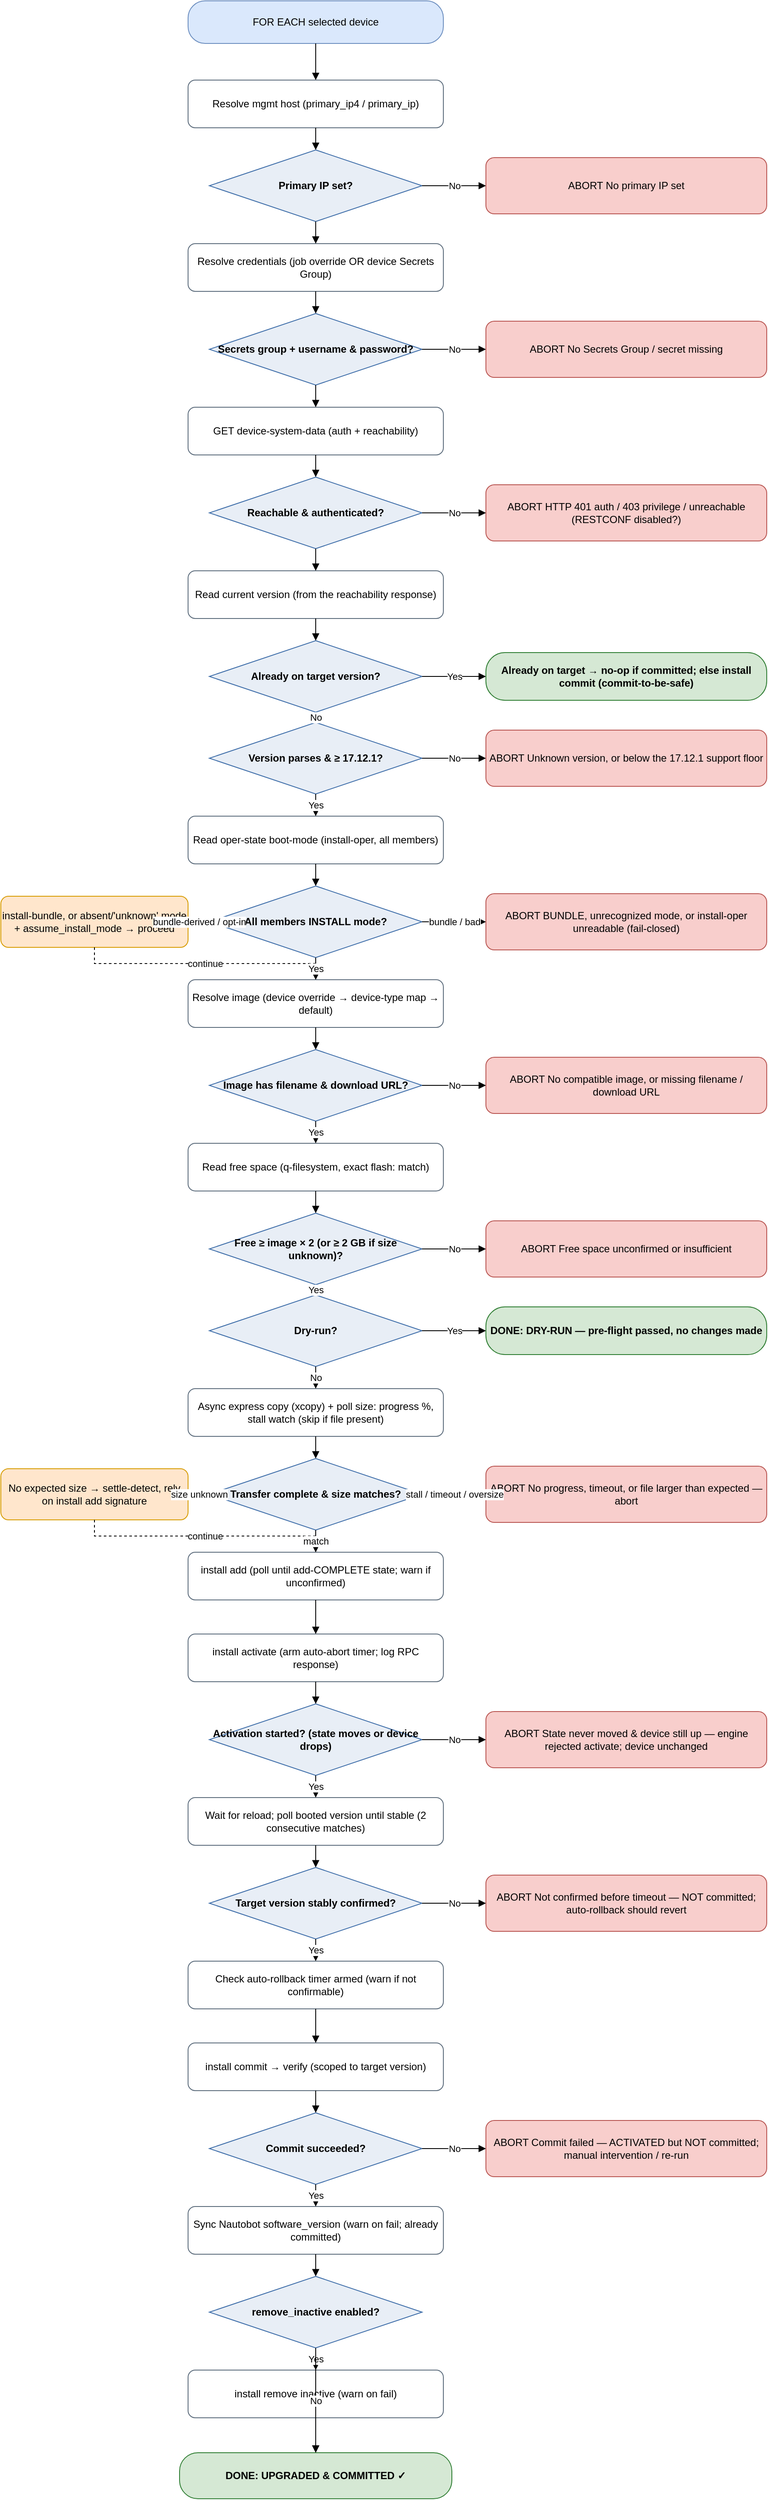
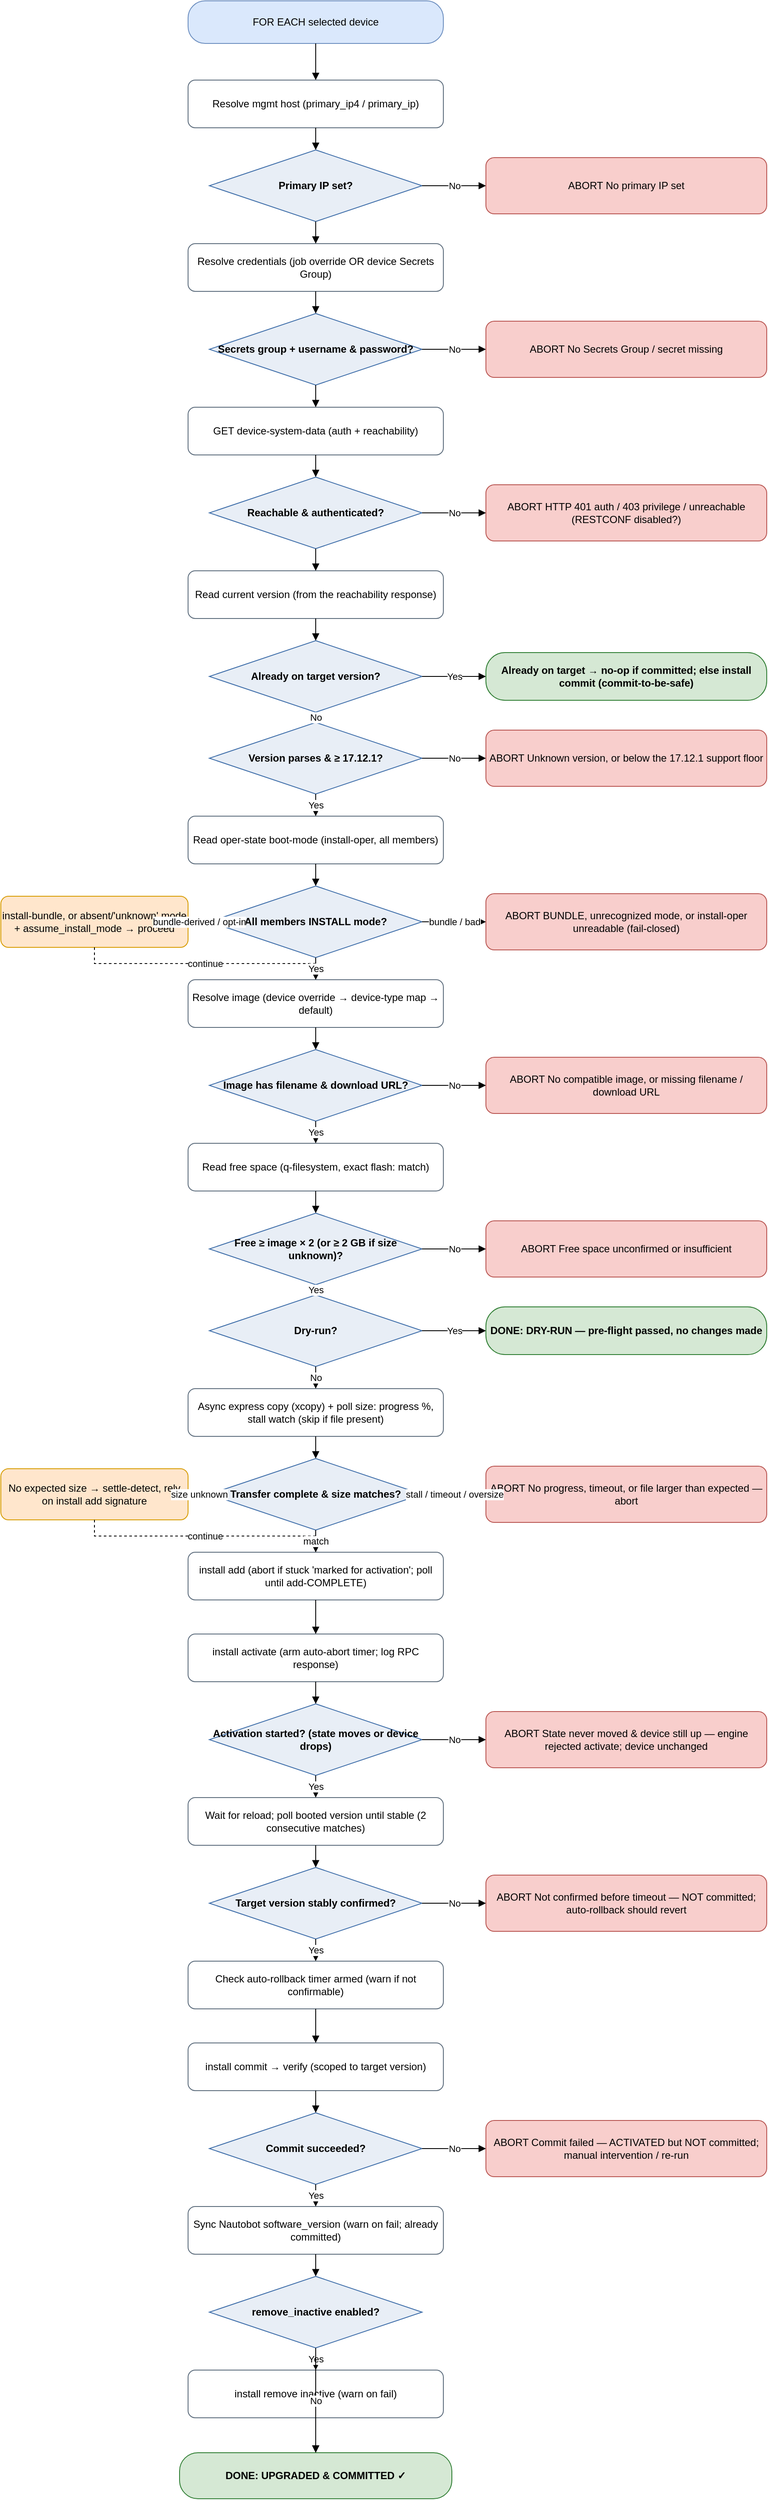
<mxfile host="app.diagrams.net" type="device">
  <diagram name="IOS-XE upgrade flow" id="iosxe-upgrade-flow">
    <mxGraphModel dx="1000" dy="2000" grid="1" gridSize="10" guides="1" tooltips="1"
        connect="1" arrows="1" fold="1" page="1" pageScale="1" math="0" shadow="0">
      <root>
        <mxCell id="0"/>
        <mxCell id="1" parent="0"/>
        <mxCell id="start" value="FOR EACH selected device" style="rounded=1;arcSize=40;whiteSpace=wrap;html=1;fillColor=#DAE8FC;strokeColor=#6C8EBF;" vertex="1" parent="1"><mxGeometry x="250" y="31" width="300" height="50" as="geometry"/></mxCell>
        <mxCell id="host" value="Resolve mgmt host&amp;#10;(primary_ip4 / primary_ip)" style="rounded=1;whiteSpace=wrap;html=1;fillColor=#FFFFFF;strokeColor=#5B6B7B;" vertex="1" parent="1"><mxGeometry x="250" y="124" width="300" height="56" as="geometry"/></mxCell>
        <mxCell id="d_ip" value="Primary IP set?" style="rhombus;whiteSpace=wrap;html=1;fillColor=#E8EEF6;strokeColor=#3C6CA8;fontStyle=1;" vertex="1" parent="1"><mxGeometry x="275" y="206" width="250" height="84" as="geometry"/></mxCell>
        <mxCell id="cred" value="Resolve credentials&amp;#10;(job override OR device Secrets Group)" style="rounded=1;whiteSpace=wrap;html=1;fillColor=#FFFFFF;strokeColor=#5B6B7B;" vertex="1" parent="1"><mxGeometry x="250" y="316" width="300" height="56" as="geometry"/></mxCell>
        <mxCell id="d_cred" value="Secrets group +&amp;#10;username &amp; password?" style="rhombus;whiteSpace=wrap;html=1;fillColor=#E8EEF6;strokeColor=#3C6CA8;fontStyle=1;" vertex="1" parent="1"><mxGeometry x="275" y="398" width="250" height="84" as="geometry"/></mxCell>
        <mxCell id="reach" value="GET device-system-data&amp;#10;(auth + reachability)" style="rounded=1;whiteSpace=wrap;html=1;fillColor=#FFFFFF;strokeColor=#5B6B7B;" vertex="1" parent="1"><mxGeometry x="250" y="508" width="300" height="56" as="geometry"/></mxCell>
        <mxCell id="d_reach" value="Reachable &amp;&amp;#10;authenticated?" style="rhombus;whiteSpace=wrap;html=1;fillColor=#E8EEF6;strokeColor=#3C6CA8;fontStyle=1;" vertex="1" parent="1"><mxGeometry x="275" y="590" width="250" height="84" as="geometry"/></mxCell>
        <mxCell id="curr" value="Read current version&amp;#10;(from the reachability response)" style="rounded=1;whiteSpace=wrap;html=1;fillColor=#FFFFFF;strokeColor=#5B6B7B;" vertex="1" parent="1"><mxGeometry x="250" y="700" width="300" height="56" as="geometry"/></mxCell>
        <mxCell id="d_target" value="Already on&amp;#10;target version?" style="rhombus;whiteSpace=wrap;html=1;fillColor=#E8EEF6;strokeColor=#3C6CA8;fontStyle=1;" vertex="1" parent="1"><mxGeometry x="275" y="782" width="250" height="84" as="geometry"/></mxCell>
        <mxCell id="d_floor" value="Version parses&amp;#10;&amp; ≥ 17.12.1?" style="rhombus;whiteSpace=wrap;html=1;fillColor=#E8EEF6;strokeColor=#3C6CA8;fontStyle=1;" vertex="1" parent="1"><mxGeometry x="275" y="878" width="250" height="84" as="geometry"/></mxCell>
        <mxCell id="mode" value="Read oper-state boot-mode&amp;#10;(install-oper, all members)" style="rounded=1;whiteSpace=wrap;html=1;fillColor=#FFFFFF;strokeColor=#5B6B7B;" vertex="1" parent="1"><mxGeometry x="250" y="988" width="300" height="56" as="geometry"/></mxCell>
        <mxCell id="d_mode" value="All members&amp;#10;INSTALL mode?" style="rhombus;whiteSpace=wrap;html=1;fillColor=#E8EEF6;strokeColor=#3C6CA8;fontStyle=1;" vertex="1" parent="1"><mxGeometry x="275" y="1070" width="250" height="84" as="geometry"/></mxCell>
        <mxCell id="img" value="Resolve image (device override →&amp;#10;device-type map → default)" style="rounded=1;whiteSpace=wrap;html=1;fillColor=#FFFFFF;strokeColor=#5B6B7B;" vertex="1" parent="1"><mxGeometry x="250" y="1180" width="300" height="56" as="geometry"/></mxCell>
        <mxCell id="d_img" value="Image has filename&amp;#10;&amp; download URL?" style="rhombus;whiteSpace=wrap;html=1;fillColor=#E8EEF6;strokeColor=#3C6CA8;fontStyle=1;" vertex="1" parent="1"><mxGeometry x="275" y="1262" width="250" height="84" as="geometry"/></mxCell>
        <mxCell id="space" value="Read free space&amp;#10;(q-filesystem, exact flash: match)" style="rounded=1;whiteSpace=wrap;html=1;fillColor=#FFFFFF;strokeColor=#5B6B7B;" vertex="1" parent="1"><mxGeometry x="250" y="1372" width="300" height="56" as="geometry"/></mxCell>
        <mxCell id="d_space" value="Free ≥ image × 2&amp;#10;(or ≥ 2 GB if size unknown)?" style="rhombus;whiteSpace=wrap;html=1;fillColor=#E8EEF6;strokeColor=#3C6CA8;fontStyle=1;" vertex="1" parent="1"><mxGeometry x="275" y="1454" width="250" height="84" as="geometry"/></mxCell>
        <mxCell id="d_dry" value="Dry-run?" style="rhombus;whiteSpace=wrap;html=1;fillColor=#E8EEF6;strokeColor=#3C6CA8;fontStyle=1;" vertex="1" parent="1"><mxGeometry x="275" y="1550" width="250" height="84" as="geometry"/></mxCell>
        <mxCell id="copy" value="Async express copy (xcopy) + poll size:&amp;#10;progress %, stall watch (skip if file present)" style="rounded=1;whiteSpace=wrap;html=1;fillColor=#FFFFFF;strokeColor=#5B6B7B;" vertex="1" parent="1"><mxGeometry x="250" y="1660" width="300" height="56" as="geometry"/></mxCell>
        <mxCell id="d_size" value="Transfer complete&amp;#10;&amp; size matches?" style="rhombus;whiteSpace=wrap;html=1;fillColor=#E8EEF6;strokeColor=#3C6CA8;fontStyle=1;" vertex="1" parent="1"><mxGeometry x="275" y="1742" width="250" height="84" as="geometry"/></mxCell>
-         <mxCell id="add" value="install add (poll until add-COMPLETE&amp;#10;state; warn if unconfirmed)" style="rounded=1;whiteSpace=wrap;html=1;fillColor=#FFFFFF;strokeColor=#5B6B7B;" vertex="1" parent="1"><mxGeometry x="250" y="1852" width="300" height="56" as="geometry"/></mxCell>
+         <mxCell id="add" value="install add (abort if stuck &#x27;marked for&amp;#10;activation&#x27;; poll until add-COMPLETE)" style="rounded=1;whiteSpace=wrap;html=1;fillColor=#FFFFFF;strokeColor=#5B6B7B;" vertex="1" parent="1"><mxGeometry x="250" y="1852" width="300" height="56" as="geometry"/></mxCell>
        <mxCell id="act" value="install activate (arm auto-abort&amp;#10;timer; log RPC response)" style="rounded=1;whiteSpace=wrap;html=1;fillColor=#FFFFFF;strokeColor=#5B6B7B;" vertex="1" parent="1"><mxGeometry x="250" y="1948" width="300" height="56" as="geometry"/></mxCell>
        <mxCell id="d_act" value="Activation started?&amp;#10;(state moves or device drops)" style="rhombus;whiteSpace=wrap;html=1;fillColor=#E8EEF6;strokeColor=#3C6CA8;fontStyle=1;" vertex="1" parent="1"><mxGeometry x="275" y="2030" width="250" height="84" as="geometry"/></mxCell>
        <mxCell id="waitc" value="Wait for reload; poll booted version&amp;#10;until stable (2 consecutive matches)" style="rounded=1;whiteSpace=wrap;html=1;fillColor=#FFFFFF;strokeColor=#5B6B7B;" vertex="1" parent="1"><mxGeometry x="250" y="2140" width="300" height="56" as="geometry"/></mxCell>
        <mxCell id="d_confirm" value="Target version&amp;#10;stably confirmed?" style="rhombus;whiteSpace=wrap;html=1;fillColor=#E8EEF6;strokeColor=#3C6CA8;fontStyle=1;" vertex="1" parent="1"><mxGeometry x="275" y="2222" width="250" height="84" as="geometry"/></mxCell>
        <mxCell id="rollbackchk" value="Check auto-rollback timer armed&amp;#10;(warn if not confirmable)" style="rounded=1;whiteSpace=wrap;html=1;fillColor=#FFFFFF;strokeColor=#5B6B7B;" vertex="1" parent="1"><mxGeometry x="250" y="2332" width="300" height="56" as="geometry"/></mxCell>
        <mxCell id="commit" value="install commit → verify&amp;#10;(scoped to target version)" style="rounded=1;whiteSpace=wrap;html=1;fillColor=#FFFFFF;strokeColor=#5B6B7B;" vertex="1" parent="1"><mxGeometry x="250" y="2428" width="300" height="56" as="geometry"/></mxCell>
        <mxCell id="d_commit" value="Commit&amp;#10;succeeded?" style="rhombus;whiteSpace=wrap;html=1;fillColor=#E8EEF6;strokeColor=#3C6CA8;fontStyle=1;" vertex="1" parent="1"><mxGeometry x="275" y="2510" width="250" height="84" as="geometry"/></mxCell>
        <mxCell id="sync" value="Sync Nautobot software_version&amp;#10;(warn on fail; already committed)" style="rounded=1;whiteSpace=wrap;html=1;fillColor=#FFFFFF;strokeColor=#5B6B7B;" vertex="1" parent="1"><mxGeometry x="250" y="2620" width="300" height="56" as="geometry"/></mxCell>
        <mxCell id="d_remove" value="remove_inactive&amp;#10;enabled?" style="rhombus;whiteSpace=wrap;html=1;fillColor=#E8EEF6;strokeColor=#3C6CA8;fontStyle=1;" vertex="1" parent="1"><mxGeometry x="275" y="2702" width="250" height="84" as="geometry"/></mxCell>
        <mxCell id="remove" value="install remove inactive&amp;#10;(warn on fail)" style="rounded=1;whiteSpace=wrap;html=1;fillColor=#FFFFFF;strokeColor=#5B6B7B;" vertex="1" parent="1"><mxGeometry x="250" y="2812" width="300" height="56" as="geometry"/></mxCell>
        <mxCell id="ok" value="DONE: UPGRADED &amp; COMMITTED ✓" style="rounded=1;arcSize=40;whiteSpace=wrap;html=1;fillColor=#D5E8D4;strokeColor=#2E7D32;fontStyle=1;" vertex="1" parent="1"><mxGeometry x="240" y="2909" width="320" height="54" as="geometry"/></mxCell>
        <mxCell id="d_ip_abort" value="ABORT&amp;#10;No primary IP set" style="rounded=1;whiteSpace=wrap;html=1;fillColor=#F8CECC;strokeColor=#B85450;" vertex="1" parent="1"><mxGeometry x="600" y="215" width="330" height="66" as="geometry"/></mxCell>
        <mxCell id="d_cred_abort" value="ABORT&amp;#10;No Secrets Group / secret missing" style="rounded=1;whiteSpace=wrap;html=1;fillColor=#F8CECC;strokeColor=#B85450;" vertex="1" parent="1"><mxGeometry x="600" y="407" width="330" height="66" as="geometry"/></mxCell>
        <mxCell id="d_reach_abort" value="ABORT&amp;#10;HTTP 401 auth / 403 privilege /&amp;#10;unreachable (RESTCONF disabled?)" style="rounded=1;whiteSpace=wrap;html=1;fillColor=#F8CECC;strokeColor=#B85450;" vertex="1" parent="1"><mxGeometry x="600" y="599" width="330" height="66" as="geometry"/></mxCell>
        <mxCell id="d_target_ok" value="Already on target → no-op if committed;&amp;#10;else install commit (commit-to-be-safe)" style="rounded=1;arcSize=40;whiteSpace=wrap;html=1;fillColor=#D5E8D4;strokeColor=#2E7D32;fontStyle=1;" vertex="1" parent="1"><mxGeometry x="600" y="796" width="330" height="56" as="geometry"/></mxCell>
        <mxCell id="d_floor_abort" value="ABORT&amp;#10;Unknown version, or below the&amp;#10;17.12.1 support floor" style="rounded=1;whiteSpace=wrap;html=1;fillColor=#F8CECC;strokeColor=#B85450;" vertex="1" parent="1"><mxGeometry x="600" y="887" width="330" height="66" as="geometry"/></mxCell>
        <mxCell id="d_mode_abort" value="ABORT&amp;#10;BUNDLE, unrecognized mode, or&amp;#10;install-oper unreadable (fail-closed)" style="rounded=1;whiteSpace=wrap;html=1;fillColor=#F8CECC;strokeColor=#B85450;" vertex="1" parent="1"><mxGeometry x="600" y="1079" width="330" height="66" as="geometry"/></mxCell>
        <mxCell id="d_mode_warn" value="install-bundle, or absent/&#x27;unknown&#x27;&amp;#10;mode + assume_install_mode → proceed" style="rounded=1;whiteSpace=wrap;html=1;fillColor=#FFE6CC;strokeColor=#D79B00;" vertex="1" parent="1"><mxGeometry x="30" y="1082" width="220" height="60" as="geometry"/></mxCell>
        <mxCell id="d_img_abort" value="ABORT&amp;#10;No compatible image, or missing&amp;#10;filename / download URL" style="rounded=1;whiteSpace=wrap;html=1;fillColor=#F8CECC;strokeColor=#B85450;" vertex="1" parent="1"><mxGeometry x="600" y="1271" width="330" height="66" as="geometry"/></mxCell>
        <mxCell id="d_space_abort" value="ABORT&amp;#10;Free space unconfirmed or&amp;#10;insufficient" style="rounded=1;whiteSpace=wrap;html=1;fillColor=#F8CECC;strokeColor=#B85450;" vertex="1" parent="1"><mxGeometry x="600" y="1463" width="330" height="66" as="geometry"/></mxCell>
        <mxCell id="d_dry_ok" value="DONE: DRY-RUN — pre-flight&amp;#10;passed, no changes made" style="rounded=1;arcSize=40;whiteSpace=wrap;html=1;fillColor=#D5E8D4;strokeColor=#2E7D32;fontStyle=1;" vertex="1" parent="1"><mxGeometry x="600" y="1564" width="330" height="56" as="geometry"/></mxCell>
        <mxCell id="d_size_abort" value="ABORT&amp;#10;No progress, timeout, or file&amp;#10;larger than expected — abort" style="rounded=1;whiteSpace=wrap;html=1;fillColor=#F8CECC;strokeColor=#B85450;" vertex="1" parent="1"><mxGeometry x="600" y="1751" width="330" height="66" as="geometry"/></mxCell>
        <mxCell id="d_size_warn" value="No expected size → settle-detect,&amp;#10;rely on install add signature" style="rounded=1;whiteSpace=wrap;html=1;fillColor=#FFE6CC;strokeColor=#D79B00;" vertex="1" parent="1"><mxGeometry x="30" y="1754" width="220" height="60" as="geometry"/></mxCell>
        <mxCell id="d_act_abort" value="ABORT&amp;#10;State never moved &amp; device still up —&amp;#10;engine rejected activate; device unchanged" style="rounded=1;whiteSpace=wrap;html=1;fillColor=#F8CECC;strokeColor=#B85450;" vertex="1" parent="1"><mxGeometry x="600" y="2039" width="330" height="66" as="geometry"/></mxCell>
        <mxCell id="d_confirm_abort" value="ABORT&amp;#10;Not confirmed before timeout — NOT&amp;#10;committed; auto-rollback should revert" style="rounded=1;whiteSpace=wrap;html=1;fillColor=#F8CECC;strokeColor=#B85450;" vertex="1" parent="1"><mxGeometry x="600" y="2231" width="330" height="66" as="geometry"/></mxCell>
        <mxCell id="d_commit_abort" value="ABORT&amp;#10;Commit failed — ACTIVATED but NOT&amp;#10;committed; manual intervention / re-run" style="rounded=1;whiteSpace=wrap;html=1;fillColor=#F8CECC;strokeColor=#B85450;" vertex="1" parent="1"><mxGeometry x="600" y="2519" width="330" height="66" as="geometry"/></mxCell>
        <mxCell id="e_d_ip_abort" value="No" style="edgeStyle=orthogonalEdgeStyle;rounded=0;html=1;endArrow=block;" edge="1" parent="1" source="d_ip" target="d_ip_abort"><mxGeometry relative="1" as="geometry"/></mxCell>
        <mxCell id="e_d_cred_abort" value="No" style="edgeStyle=orthogonalEdgeStyle;rounded=0;html=1;endArrow=block;" edge="1" parent="1" source="d_cred" target="d_cred_abort"><mxGeometry relative="1" as="geometry"/></mxCell>
        <mxCell id="e_d_reach_abort" value="No" style="edgeStyle=orthogonalEdgeStyle;rounded=0;html=1;endArrow=block;" edge="1" parent="1" source="d_reach" target="d_reach_abort"><mxGeometry relative="1" as="geometry"/></mxCell>
        <mxCell id="e_d_target_ok" value="Yes" style="edgeStyle=orthogonalEdgeStyle;rounded=0;html=1;endArrow=block;" edge="1" parent="1" source="d_target" target="d_target_ok"><mxGeometry relative="1" as="geometry"/></mxCell>
        <mxCell id="e_d_floor_abort" value="No" style="edgeStyle=orthogonalEdgeStyle;rounded=0;html=1;endArrow=block;" edge="1" parent="1" source="d_floor" target="d_floor_abort"><mxGeometry relative="1" as="geometry"/></mxCell>
        <mxCell id="e_d_mode_abort" value="bundle / bad" style="edgeStyle=orthogonalEdgeStyle;rounded=0;html=1;endArrow=block;" edge="1" parent="1" source="d_mode" target="d_mode_abort"><mxGeometry relative="1" as="geometry"/></mxCell>
        <mxCell id="e_d_mode_warn" value="bundle-derived /
opt-in" style="edgeStyle=orthogonalEdgeStyle;rounded=0;html=1;endArrow=block;" edge="1" parent="1" source="d_mode" target="d_mode_warn"><mxGeometry relative="1" as="geometry"/></mxCell>
        <mxCell id="e_d_mode_warn_join" value="continue" style="edgeStyle=orthogonalEdgeStyle;rounded=0;html=1;endArrow=block;dashed=1;" edge="1" parent="1" source="d_mode_warn" target="img"><mxGeometry relative="1" as="geometry"/></mxCell>
        <mxCell id="e_d_img_abort" value="No" style="edgeStyle=orthogonalEdgeStyle;rounded=0;html=1;endArrow=block;" edge="1" parent="1" source="d_img" target="d_img_abort"><mxGeometry relative="1" as="geometry"/></mxCell>
        <mxCell id="e_d_space_abort" value="No" style="edgeStyle=orthogonalEdgeStyle;rounded=0;html=1;endArrow=block;" edge="1" parent="1" source="d_space" target="d_space_abort"><mxGeometry relative="1" as="geometry"/></mxCell>
        <mxCell id="e_d_dry_ok" value="Yes" style="edgeStyle=orthogonalEdgeStyle;rounded=0;html=1;endArrow=block;" edge="1" parent="1" source="d_dry" target="d_dry_ok"><mxGeometry relative="1" as="geometry"/></mxCell>
        <mxCell id="e_d_size_abort" value="stall / timeout /
oversize" style="edgeStyle=orthogonalEdgeStyle;rounded=0;html=1;endArrow=block;" edge="1" parent="1" source="d_size" target="d_size_abort"><mxGeometry relative="1" as="geometry"/></mxCell>
        <mxCell id="e_d_size_warn" value="size unknown" style="edgeStyle=orthogonalEdgeStyle;rounded=0;html=1;endArrow=block;" edge="1" parent="1" source="d_size" target="d_size_warn"><mxGeometry relative="1" as="geometry"/></mxCell>
        <mxCell id="e_d_size_warn_join" value="continue" style="edgeStyle=orthogonalEdgeStyle;rounded=0;html=1;endArrow=block;dashed=1;" edge="1" parent="1" source="d_size_warn" target="add"><mxGeometry relative="1" as="geometry"/></mxCell>
        <mxCell id="e_d_act_abort" value="No" style="edgeStyle=orthogonalEdgeStyle;rounded=0;html=1;endArrow=block;" edge="1" parent="1" source="d_act" target="d_act_abort"><mxGeometry relative="1" as="geometry"/></mxCell>
        <mxCell id="e_d_confirm_abort" value="No" style="edgeStyle=orthogonalEdgeStyle;rounded=0;html=1;endArrow=block;" edge="1" parent="1" source="d_confirm" target="d_confirm_abort"><mxGeometry relative="1" as="geometry"/></mxCell>
        <mxCell id="e_d_commit_abort" value="No" style="edgeStyle=orthogonalEdgeStyle;rounded=0;html=1;endArrow=block;" edge="1" parent="1" source="d_commit" target="d_commit_abort"><mxGeometry relative="1" as="geometry"/></mxCell>
        <mxCell id="e_start_host" value="" style="edgeStyle=orthogonalEdgeStyle;rounded=0;html=1;endArrow=block;" edge="1" parent="1" source="start" target="host"><mxGeometry relative="1" as="geometry"/></mxCell>
        <mxCell id="e_host_d_ip" value="" style="edgeStyle=orthogonalEdgeStyle;rounded=0;html=1;endArrow=block;" edge="1" parent="1" source="host" target="d_ip"><mxGeometry relative="1" as="geometry"/></mxCell>
        <mxCell id="e_d_ip_cred" value="" style="edgeStyle=orthogonalEdgeStyle;rounded=0;html=1;endArrow=block;" edge="1" parent="1" source="d_ip" target="cred"><mxGeometry relative="1" as="geometry"/></mxCell>
        <mxCell id="e_cred_d_cred" value="" style="edgeStyle=orthogonalEdgeStyle;rounded=0;html=1;endArrow=block;" edge="1" parent="1" source="cred" target="d_cred"><mxGeometry relative="1" as="geometry"/></mxCell>
        <mxCell id="e_d_cred_reach" value="" style="edgeStyle=orthogonalEdgeStyle;rounded=0;html=1;endArrow=block;" edge="1" parent="1" source="d_cred" target="reach"><mxGeometry relative="1" as="geometry"/></mxCell>
        <mxCell id="e_reach_d_reach" value="" style="edgeStyle=orthogonalEdgeStyle;rounded=0;html=1;endArrow=block;" edge="1" parent="1" source="reach" target="d_reach"><mxGeometry relative="1" as="geometry"/></mxCell>
        <mxCell id="e_d_reach_curr" value="" style="edgeStyle=orthogonalEdgeStyle;rounded=0;html=1;endArrow=block;" edge="1" parent="1" source="d_reach" target="curr"><mxGeometry relative="1" as="geometry"/></mxCell>
        <mxCell id="e_curr_d_target" value="" style="edgeStyle=orthogonalEdgeStyle;rounded=0;html=1;endArrow=block;" edge="1" parent="1" source="curr" target="d_target"><mxGeometry relative="1" as="geometry"/></mxCell>
        <mxCell id="e_d_target_d_floor" value="No" style="edgeStyle=orthogonalEdgeStyle;rounded=0;html=1;endArrow=block;" edge="1" parent="1" source="d_target" target="d_floor"><mxGeometry relative="1" as="geometry"/></mxCell>
        <mxCell id="e_d_floor_mode" value="Yes" style="edgeStyle=orthogonalEdgeStyle;rounded=0;html=1;endArrow=block;" edge="1" parent="1" source="d_floor" target="mode"><mxGeometry relative="1" as="geometry"/></mxCell>
        <mxCell id="e_mode_d_mode" value="" style="edgeStyle=orthogonalEdgeStyle;rounded=0;html=1;endArrow=block;" edge="1" parent="1" source="mode" target="d_mode"><mxGeometry relative="1" as="geometry"/></mxCell>
        <mxCell id="e_d_mode_img" value="Yes" style="edgeStyle=orthogonalEdgeStyle;rounded=0;html=1;endArrow=block;" edge="1" parent="1" source="d_mode" target="img"><mxGeometry relative="1" as="geometry"/></mxCell>
        <mxCell id="e_img_d_img" value="" style="edgeStyle=orthogonalEdgeStyle;rounded=0;html=1;endArrow=block;" edge="1" parent="1" source="img" target="d_img"><mxGeometry relative="1" as="geometry"/></mxCell>
        <mxCell id="e_d_img_space" value="Yes" style="edgeStyle=orthogonalEdgeStyle;rounded=0;html=1;endArrow=block;" edge="1" parent="1" source="d_img" target="space"><mxGeometry relative="1" as="geometry"/></mxCell>
        <mxCell id="e_space_d_space" value="" style="edgeStyle=orthogonalEdgeStyle;rounded=0;html=1;endArrow=block;" edge="1" parent="1" source="space" target="d_space"><mxGeometry relative="1" as="geometry"/></mxCell>
        <mxCell id="e_d_space_d_dry" value="Yes" style="edgeStyle=orthogonalEdgeStyle;rounded=0;html=1;endArrow=block;" edge="1" parent="1" source="d_space" target="d_dry"><mxGeometry relative="1" as="geometry"/></mxCell>
        <mxCell id="e_d_dry_copy" value="No" style="edgeStyle=orthogonalEdgeStyle;rounded=0;html=1;endArrow=block;" edge="1" parent="1" source="d_dry" target="copy"><mxGeometry relative="1" as="geometry"/></mxCell>
        <mxCell id="e_copy_d_size" value="" style="edgeStyle=orthogonalEdgeStyle;rounded=0;html=1;endArrow=block;" edge="1" parent="1" source="copy" target="d_size"><mxGeometry relative="1" as="geometry"/></mxCell>
        <mxCell id="e_d_size_add" value="match" style="edgeStyle=orthogonalEdgeStyle;rounded=0;html=1;endArrow=block;" edge="1" parent="1" source="d_size" target="add"><mxGeometry relative="1" as="geometry"/></mxCell>
        <mxCell id="e_add_act" value="" style="edgeStyle=orthogonalEdgeStyle;rounded=0;html=1;endArrow=block;" edge="1" parent="1" source="add" target="act"><mxGeometry relative="1" as="geometry"/></mxCell>
        <mxCell id="e_act_d_act" value="" style="edgeStyle=orthogonalEdgeStyle;rounded=0;html=1;endArrow=block;" edge="1" parent="1" source="act" target="d_act"><mxGeometry relative="1" as="geometry"/></mxCell>
        <mxCell id="e_d_act_waitc" value="Yes" style="edgeStyle=orthogonalEdgeStyle;rounded=0;html=1;endArrow=block;" edge="1" parent="1" source="d_act" target="waitc"><mxGeometry relative="1" as="geometry"/></mxCell>
        <mxCell id="e_waitc_d_confirm" value="" style="edgeStyle=orthogonalEdgeStyle;rounded=0;html=1;endArrow=block;" edge="1" parent="1" source="waitc" target="d_confirm"><mxGeometry relative="1" as="geometry"/></mxCell>
        <mxCell id="e_d_confirm_rollbackchk" value="Yes" style="edgeStyle=orthogonalEdgeStyle;rounded=0;html=1;endArrow=block;" edge="1" parent="1" source="d_confirm" target="rollbackchk"><mxGeometry relative="1" as="geometry"/></mxCell>
        <mxCell id="e_rollbackchk_commit" value="" style="edgeStyle=orthogonalEdgeStyle;rounded=0;html=1;endArrow=block;" edge="1" parent="1" source="rollbackchk" target="commit"><mxGeometry relative="1" as="geometry"/></mxCell>
        <mxCell id="e_commit_d_commit" value="" style="edgeStyle=orthogonalEdgeStyle;rounded=0;html=1;endArrow=block;" edge="1" parent="1" source="commit" target="d_commit"><mxGeometry relative="1" as="geometry"/></mxCell>
        <mxCell id="e_d_commit_sync" value="Yes" style="edgeStyle=orthogonalEdgeStyle;rounded=0;html=1;endArrow=block;" edge="1" parent="1" source="d_commit" target="sync"><mxGeometry relative="1" as="geometry"/></mxCell>
        <mxCell id="e_sync_d_remove" value="" style="edgeStyle=orthogonalEdgeStyle;rounded=0;html=1;endArrow=block;" edge="1" parent="1" source="sync" target="d_remove"><mxGeometry relative="1" as="geometry"/></mxCell>
        <mxCell id="e_remove_yes" value="Yes" style="edgeStyle=orthogonalEdgeStyle;rounded=0;html=1;endArrow=block;" edge="1" parent="1" source="d_remove" target="remove"><mxGeometry relative="1" as="geometry"/></mxCell>
        <mxCell id="e_remove_ok" value="" style="edgeStyle=orthogonalEdgeStyle;rounded=0;html=1;endArrow=block;" edge="1" parent="1" source="remove" target="ok"><mxGeometry relative="1" as="geometry"/></mxCell>
        <mxCell id="e_remove_no" value="No" style="edgeStyle=orthogonalEdgeStyle;rounded=0;html=1;endArrow=block;" edge="1" parent="1" source="d_remove" target="ok"><mxGeometry relative="1" as="geometry"/></mxCell>
      </root>
    </mxGraphModel>
  </diagram>
</mxfile>
